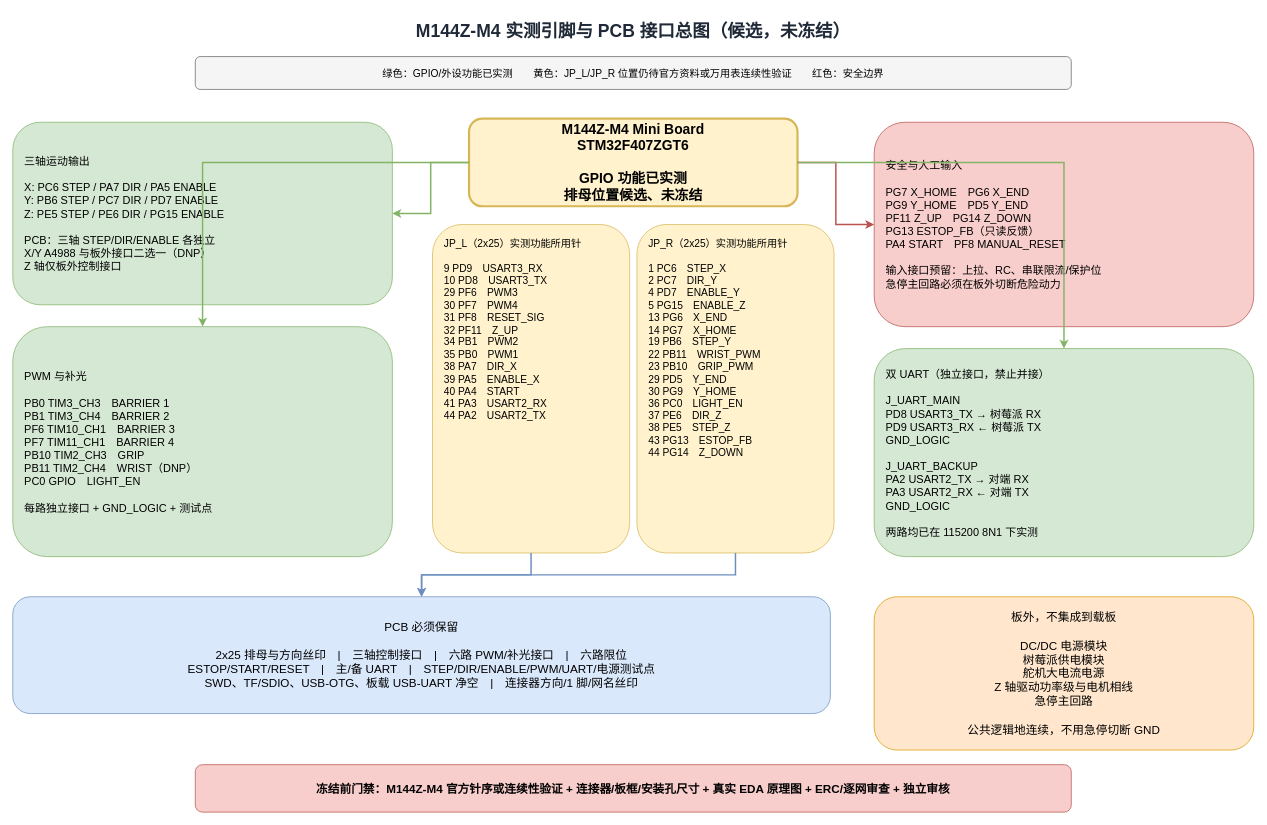
This is docs/design/m144z-m4-tested-pin-pcb-map.drawio from 2984613441-wq/gongchuang-2027-sorting, a draw.io file, before an edit. Source tidied: cells renumbered, new cells numbered last; positions are measured from the earlier drawing's top-left corner, leaving out a move shared by most shapes. Both pictures are drawn from the tidied source at 73%, with x=0, y=0 at pixel (12, 12).
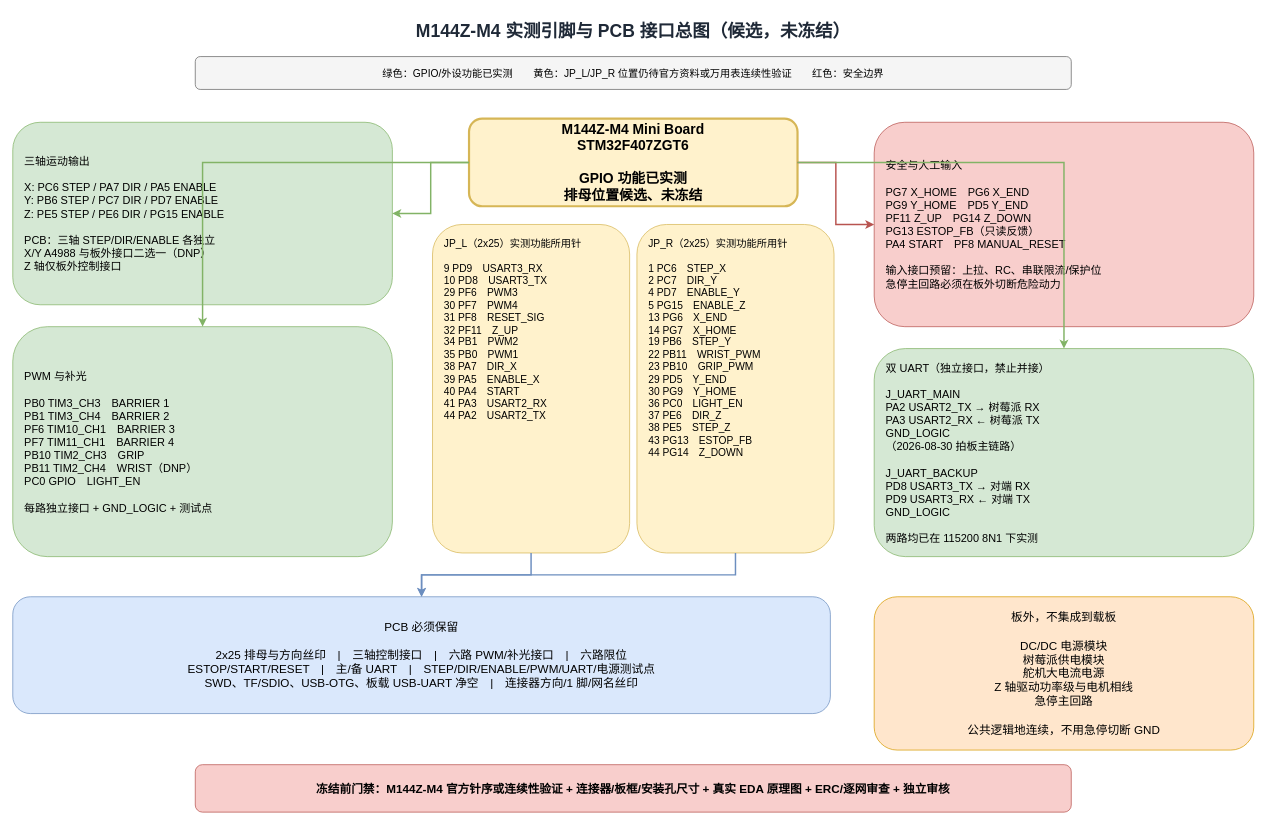
After the change.

Commit message (it also covers changes not shown here):
USART2主同步: 生成脚本/CSV/drawio/svg(非md文件)

Change to the diagram source:
```diff
@@
 <mxGraphModel>
   <root>
     <mxCell id="0" />
     <mxCell id="1" parent="0" />
     <mxCell id="2" value="M144Z-M4 实测引脚与 PCB 接口总图（候选，未冻结）" style="text;html=1;strokeColor=none;fillColor=none;align=center;verticalAlign=middle;whiteSpace=wrap;fontSize=24;fontStyle=1;fontColor=#1f2937;" parent="1" vertex="1">
       <mxGeometry width="1700" height="50" as="geometry" />
     </mxCell>
     <mxCell id="3" value="绿色：GPIO/外设功能已实测　　黄色：JP_L/JP_R 位置仍待官方资料或万用表连续性验证　　红色：安全边界" style="rounded=1;whiteSpace=wrap;html=1;fillColor=#f5f5f5;strokeColor=#666666;fontSize=14;" parent="1" vertex="1">
       <mxGeometry x="250" y="60" width="1200" height="45" as="geometry" />
     </mxCell>
     <mxCell id="4" value="三轴运动输出&lt;br&gt;&lt;br&gt;X: PC6 STEP / PA7 DIR / PA5 ENABLE&lt;br&gt;Y: PB6 STEP / PC7 DIR / PD7 ENABLE&lt;br&gt;Z: PE5 STEP / PE6 DIR / PG15 ENABLE&lt;br&gt;&lt;br&gt;PCB：三轴 STEP/DIR/ENABLE 各独立&lt;br&gt;X/Y A4988 与板外接口二选一（DNP）&lt;br&gt;Z 轴仅板外控制接口" style="rounded=1;whiteSpace=wrap;html=1;align=left;spacingLeft=14;fillColor=#d5e8d4;strokeColor=#82b366;fontSize=15;" parent="1" vertex="1">
       <mxGeometry y="150" width="520" height="250" as="geometry" />
     </mxCell>
     <mxCell id="5" value="PWM 与补光&lt;br&gt;&lt;br&gt;PB0 TIM3_CH3　BARRIER 1&lt;br&gt;PB1 TIM3_CH4　BARRIER 2&lt;br&gt;PF6 TIM10_CH1　BARRIER 3&lt;br&gt;PF7 TIM11_CH1　BARRIER 4&lt;br&gt;PB10 TIM2_CH3　GRIP&lt;br&gt;PB11 TIM2_CH4　WRIST（DNP）&lt;br&gt;PC0 GPIO　LIGHT_EN&lt;br&gt;&lt;br&gt;每路独立接口 + GND_LOGIC + 测试点" style="rounded=1;whiteSpace=wrap;html=1;align=left;spacingLeft=14;fillColor=#d5e8d4;strokeColor=#82b366;fontSize=15;" parent="1" vertex="1">
       <mxGeometry y="430" width="520" height="315" as="geometry" />
     </mxCell>
     <mxCell id="6" value="M144Z-M4 Mini Board&lt;br&gt;STM32F407ZGT6&lt;br&gt;&lt;br&gt;GPIO 功能已实测&lt;br&gt;排母位置候选、未冻结" style="rounded=1;whiteSpace=wrap;html=1;fillColor=#fff2cc;strokeColor=#d6b656;strokeWidth=3;fontSize=19;fontStyle=1;" parent="1" vertex="1">
       <mxGeometry x="625" y="145" width="450" height="120" as="geometry" />
     </mxCell>
     <mxCell id="7" value="JP_L（2x25）实测功能所用针&lt;br&gt;&lt;br&gt;9 PD9　USART3_RX&lt;br&gt;10 PD8　USART3_TX&lt;br&gt;29 PF6　PWM3&lt;br&gt;30 PF7　PWM4&lt;br&gt;31 PF8　RESET_SIG&lt;br&gt;32 PF11　Z_UP&lt;br&gt;34 PB1　PWM2&lt;br&gt;35 PB0　PWM1&lt;br&gt;38 PA7　DIR_X&lt;br&gt;39 PA5　ENABLE_X&lt;br&gt;40 PA4　START&lt;br&gt;41 PA3　USART2_RX&lt;br&gt;44 PA2　USART2_TX" style="rounded=1;whiteSpace=wrap;html=1;align=left;spacingLeft=14;verticalAlign=top;spacingTop=12;fillColor=#fff2cc;strokeColor=#d6b656;fontSize=14;" parent="1" vertex="1">
       <mxGeometry x="575" y="290" width="270" height="450" as="geometry" />
     </mxCell>
     <mxCell id="8" value="JP_R（2x25）实测功能所用针&lt;br&gt;&lt;br&gt;1 PC6　STEP_X&lt;br&gt;2 PC7　DIR_Y&lt;br&gt;4 PD7　ENABLE_Y&lt;br&gt;5 PG15　ENABLE_Z&lt;br&gt;13 PG6　X_END&lt;br&gt;14 PG7　X_HOME&lt;br&gt;19 PB6　STEP_Y&lt;br&gt;22 PB11　WRIST_PWM&lt;br&gt;23 PB10　GRIP_PWM&lt;br&gt;29 PD5　Y_END&lt;br&gt;30 PG9　Y_HOME&lt;br&gt;36 PC0　LIGHT_EN&lt;br&gt;37 PE6　DIR_Z&lt;br&gt;38 PE5　STEP_Z&lt;br&gt;43 PG13　ESTOP_FB&lt;br&gt;44 PG14　Z_DOWN" style="rounded=1;whiteSpace=wrap;html=1;align=left;spacingLeft=14;verticalAlign=top;spacingTop=12;fillColor=#fff2cc;strokeColor=#d6b656;fontSize=14;" parent="1" vertex="1">
       <mxGeometry x="855" y="290" width="270" height="450" as="geometry" />
     </mxCell>
     <mxCell id="9" value="安全与人工输入&lt;br&gt;&lt;br&gt;PG7 X_HOME　PG6 X_END&lt;br&gt;PG9 Y_HOME　PD5 Y_END&lt;br&gt;PF11 Z_UP　PG14 Z_DOWN&lt;br&gt;PG13 ESTOP_FB（只读反馈）&lt;br&gt;PA4 START　PF8 MANUAL_RESET&lt;br&gt;&lt;br&gt;输入接口预留：上拉、RC、串联限流/保护位&lt;br&gt;急停主回路必须在板外切断危险动力" style="rounded=1;whiteSpace=wrap;html=1;align=left;spacingLeft=14;fillColor=#f8cecc;strokeColor=#b85450;fontSize=15;" parent="1" vertex="1">
       <mxGeometry x="1180" y="150" width="520" height="280" as="geometry" />
     </mxCell>
-    <mxCell id="10" value="双 UART（独立接口，禁止并接）&lt;br&gt;&lt;br&gt;J_UART_MAIN&lt;br&gt;PD8 USART3_TX → 树莓派 RX&lt;br&gt;PD9 USART3_RX ← 树莓派 TX&lt;br&gt;GND_LOGIC&lt;br&gt;&lt;br&gt;J_UART_BACKUP&lt;br&gt;PA2 USART2_TX → 对端 RX&lt;br&gt;PA3 USART2_RX ← 对端 TX&lt;br&gt;GND_LOGIC&lt;br&gt;&lt;br&gt;两路均已在 115200 8N1 下实测" style="rounded=1;whiteSpace=wrap;html=1;align=left;spacingLeft=14;fillColor=#d5e8d4;strokeColor=#82b366;fontSize=15;" parent="1" vertex="1">
+    <mxCell id="10" value="双 UART（独立接口，禁止并接）&lt;br&gt;&lt;br&gt;J_UART_MAIN&lt;br&gt;PA2 USART2_TX → 树莓派 RX&lt;br&gt;PA3 USART2_RX ← 树莓派 TX&lt;br&gt;GND_LOGIC&lt;br&gt;（2026-08-30 拍板主链路）&lt;br&gt;&lt;br&gt;J_UART_BACKUP&lt;br&gt;PD8 USART3_TX → 对端 RX&lt;br&gt;PD9 USART3_RX ← 对端 TX&lt;br&gt;GND_LOGIC&lt;br&gt;&lt;br&gt;两路均已在 115200 8N1 下实测" style="rounded=1;whiteSpace=wrap;html=1;align=left;spacingLeft=14;fillColor=#d5e8d4;strokeColor=#82b366;fontSize=15;" parent="1" vertex="1">
       <mxGeometry x="1180" y="460" width="520" height="285" as="geometry" />
     </mxCell>
     <mxCell id="11" value="PCB 必须保留&lt;br&gt;&lt;br&gt;2x25 排母与方向丝印　|　三轴控制接口　|　六路 PWM/补光接口　|　六路限位&lt;br&gt;ESTOP/START/RESET　|　主/备 UART　|　STEP/DIR/ENABLE/PWM/UART/电源测试点&lt;br&gt;SWD、TF/SDIO、USB-OTG、板载 USB-UART 净空　|　连接器方向/1 脚/网名丝印" style="rounded=1;whiteSpace=wrap;html=1;align=center;fillColor=#dae8fc;strokeColor=#6c8ebf;fontSize=16;" parent="1" vertex="1">
       <mxGeometry y="800" width="1120" height="160" as="geometry" />
     </mxCell>
     <mxCell id="12" value="板外，不集成到载板&lt;br&gt;&lt;br&gt;DC/DC 电源模块&lt;br&gt;树莓派供电模块&lt;br&gt;舵机大电流电源&lt;br&gt;Z 轴驱动功率级与电机相线&lt;br&gt;急停主回路&lt;br&gt;&lt;br&gt;公共逻辑地连续，不用急停切断 GND" style="rounded=1;whiteSpace=wrap;html=1;align=center;fillColor=#ffe6cc;strokeColor=#d79b00;fontSize=16;" parent="1" vertex="1">
       <mxGeometry x="1180" y="800" width="520" height="210" as="geometry" />
     </mxCell>
     <mxCell id="13" value="冻结前门禁：M144Z-M4 官方针序或连续性验证 + 连接器/板框/安装孔尺寸 + 真实 EDA 原理图 + ERC/逐网审查 + 独立审核" style="rounded=1;whiteSpace=wrap;html=1;fillColor=#f8cecc;strokeColor=#b85450;fontSize=16;fontStyle=1;" parent="1" vertex="1">
       <mxGeometry x="250" y="1030" width="1200" height="65" as="geometry" />
     </mxCell>
     <mxCell id="14" style="edgeStyle=orthogonalEdgeStyle;rounded=0;html=1;endArrow=classic;strokeColor=#82b366;strokeWidth=2;" parent="1" edge="1" source="6" target="4">
       <mxGeometry relative="1" as="geometry" />
     </mxCell>
     <mxCell id="15" style="edgeStyle=orthogonalEdgeStyle;rounded=0;html=1;endArrow=classic;strokeColor=#82b366;strokeWidth=2;" parent="1" edge="1" source="6" target="5">
       <mxGeometry relative="1" as="geometry" />
     </mxCell>
     <mxCell id="16" style="edgeStyle=orthogonalEdgeStyle;rounded=0;html=1;endArrow=classic;strokeColor=#b85450;strokeWidth=2;" parent="1" edge="1" source="6" target="9">
       <mxGeometry relative="1" as="geometry" />
     </mxCell>
     <mxCell id="17" style="edgeStyle=orthogonalEdgeStyle;rounded=0;html=1;endArrow=classic;strokeColor=#82b366;strokeWidth=2;" parent="1" edge="1" source="6" target="10">
       <mxGeometry relative="1" as="geometry" />
     </mxCell>
     <mxCell id="18" style="edgeStyle=orthogonalEdgeStyle;rounded=0;html=1;endArrow=classic;strokeColor=#6c8ebf;strokeWidth=2;" parent="1" edge="1" source="7" target="11">
       <mxGeometry relative="1" as="geometry" />
     </mxCell>
     <mxCell id="19" style="edgeStyle=orthogonalEdgeStyle;rounded=0;html=1;endArrow=classic;strokeColor=#6c8ebf;strokeWidth=2;" parent="1" edge="1" source="8" target="11">
       <mxGeometry relative="1" as="geometry" />
     </mxCell>
   </root>
 </mxGraphModel>
```
